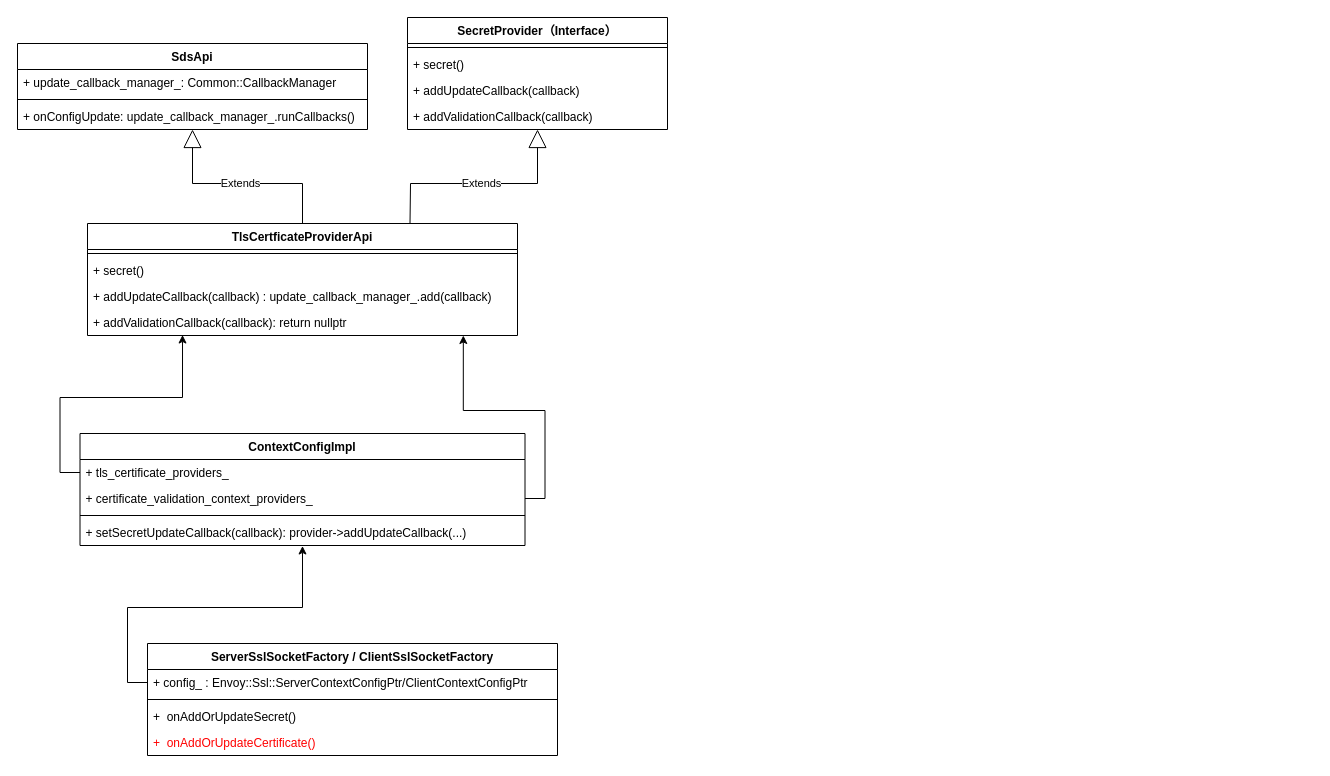
Before: async_sds.drawio in LuyaoZhong/Figures, a draw.io diagram. Source tidied: cells renumbered, new cells numbered last; positions are measured from the earlier drawing's top-left corner, leaving out a move shared by most shapes. Both pictures are drawn from the tidied source at 100%, with x=0, y=0 at pixel (17, 17).
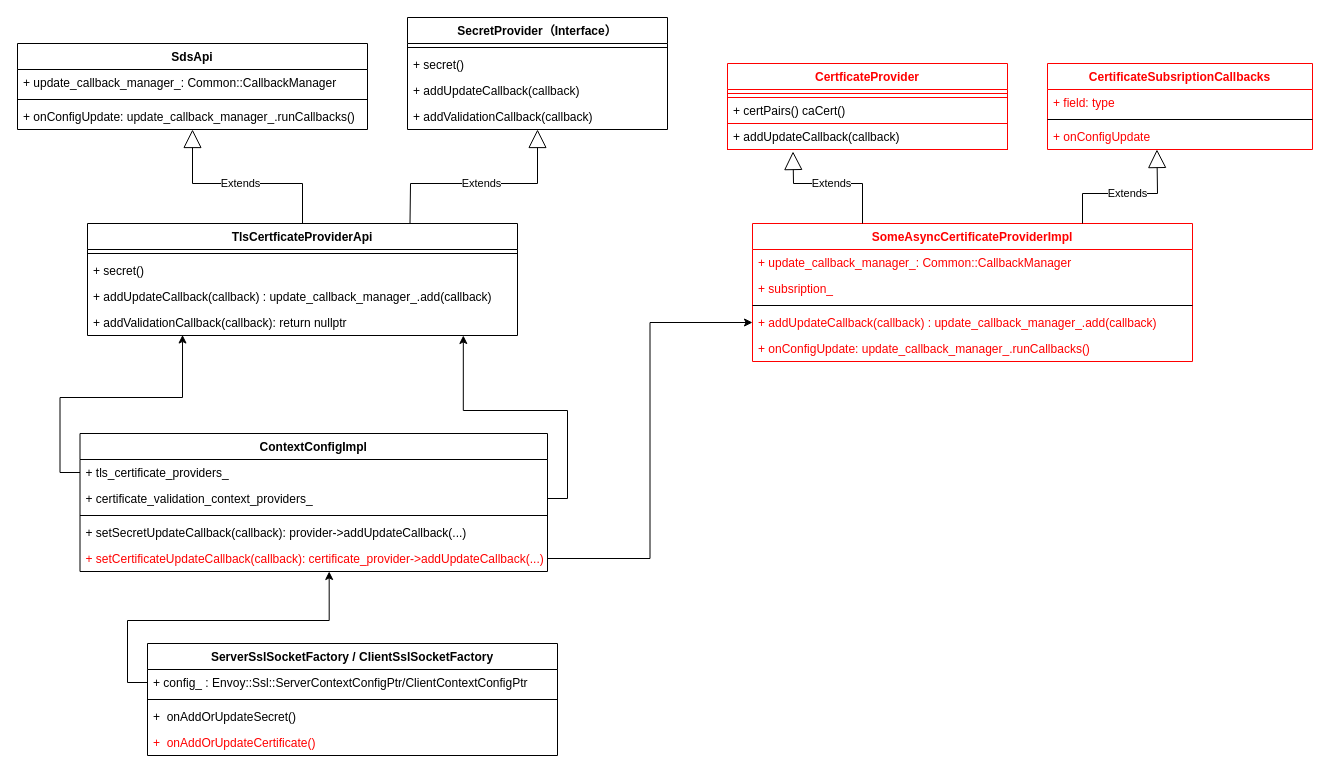
The same page after the edit.

Unchanged cells that the change refers to:
```xml
<mxCell id="24" value="+ config_ : Envoy::Ssl::ServerContextConfigPtr/ClientContextConfigPtr&#10;" style="text;strokeColor=none;fillColor=none;align=left;verticalAlign=top;spacingLeft=4;spacingRight=4;overflow=hidden;points=[[0,0.5],[1,0.5]];portConstraint=eastwest;" parent="23" vertex="1">
  <mxGeometry y="26" width="410" height="26" as="geometry" />
</mxCell>
```

What changed in the source:
```diff
@@
     <mxCell id="18" value="ContextConfigImpl" style="swimlane;fontStyle=1;align=center;verticalAlign=top;horizontal=1;startSize=26;" parent="1" vertex="1">
-      <mxGeometry x="62.5" y="416" width="445" height="112" as="geometry" />
+      <mxGeometry x="62.5" y="416" width="467.5" height="138" as="geometry" />
     </mxCell>
     <mxCell id="19" value="+ tls_certificate_providers_" style="text;strokeColor=none;fillColor=none;align=left;verticalAlign=top;spacingLeft=4;spacingRight=4;overflow=hidden;points=[[0,0.5],[1,0.5]];portConstraint=eastwest;" parent="18" vertex="1">
-      <mxGeometry y="26" width="445" height="26" as="geometry" />
+      <mxGeometry y="26" width="467.5" height="26" as="geometry" />
     </mxCell>
     <mxCell id="20" value="+ certificate_validation_context_providers_" style="text;strokeColor=none;fillColor=none;align=left;verticalAlign=top;spacingLeft=4;spacingRight=4;overflow=hidden;points=[[0,0.5],[1,0.5]];portConstraint=eastwest;" parent="18" vertex="1">
-      <mxGeometry y="52" width="445" height="26" as="geometry" />
+      <mxGeometry y="52" width="467.5" height="26" as="geometry" />
     </mxCell>
     <mxCell id="21" style="line;strokeWidth=1;fillColor=none;align=left;verticalAlign=middle;spacingTop=-1;spacingLeft=3;spacingRight=3;labelPosition=right;" parent="18" vertex="1">
-      <mxGeometry y="78" width="445" height="8" as="geometry" />
+      <mxGeometry y="78" width="467.5" height="8" as="geometry" />
     </mxCell>
     <mxCell id="22" value="+ setSecretUpdateCallback(callback): provider-&gt;addUpdateCallback(...)" style="text;strokeColor=none;fillColor=none;align=left;verticalAlign=top;spacingLeft=4;spacingRight=4;overflow=hidden;points=[[0,0.5],[1,0.5]];portConstraint=eastwest;" parent="18" vertex="1">
-      <mxGeometry y="86" width="445" height="26" as="geometry" />
+      <mxGeometry y="86" width="467.5" height="26" as="geometry" />
     </mxCell>
+    <mxCell id="31" value="+ setCertificateUpdateCallback(callback): certificate_provider-&gt;addUpdateCallback(...)" style="text;strokeColor=none;fillColor=none;align=left;verticalAlign=top;spacingLeft=4;spacingRight=4;overflow=hidden;points=[[0,0.5],[1,0.5]];portConstraint=eastwest;fontColor=#FF0000;" parent="18" vertex="1">
+      <mxGeometry y="112" width="467.5" height="26" as="geometry" />
+    </mxCell>
@@
-    <mxCell id="28" style="edgeStyle=orthogonalEdgeStyle;rounded=0;jettySize=auto;html=1;exitX=0;exitY=0.5;exitDx=0;exitDy=0;entryX=0.5;entryY=1.019;entryDx=0;entryDy=0;entryPerimeter=0;" parent="1" edge="1" source="24" target="22">
+    <mxCell id="28" style="edgeStyle=orthogonalEdgeStyle;rounded=0;jettySize=auto;html=1;exitX=0;exitY=0.5;exitDx=0;exitDy=0;entryX=0.533;entryY=1;entryDx=0;entryDy=0;entryPerimeter=0;" parent="1" edge="1" source="24" target="31">
       <mxGeometry relative="1" as="geometry" />
     </mxCell>
@@
+    <mxCell id="32" value="CertficateProvider" style="swimlane;fontStyle=1;align=center;verticalAlign=top;horizontal=1;startSize=26;fontColor=#FF0000;strokeColor=#FF0000;" parent="1" vertex="1">
+      <mxGeometry x="710" y="46" width="280" height="86" as="geometry" />
+    </mxCell>
+    <mxCell id="33" style="line;strokeWidth=1;fillColor=none;align=left;verticalAlign=middle;spacingTop=-1;spacingLeft=3;spacingRight=3;labelPosition=right;strokeColor=#FF0000;" parent="32" vertex="1">
+      <mxGeometry y="26" width="280" height="8" as="geometry" />
+    </mxCell>
+    <mxCell id="34" value="+ certPairs() caCert()" style="text;strokeColor=#FF0000;fillColor=none;align=left;verticalAlign=top;spacingLeft=4;spacingRight=4;overflow=hidden;" parent="32" vertex="1">
+      <mxGeometry y="34" width="280" height="26" as="geometry" />
+    </mxCell>
+    <mxCell id="35" value="+ addUpdateCallback(callback)" style="text;strokeColor=#FF0000;fillColor=none;align=left;verticalAlign=top;spacingLeft=4;spacingRight=4;overflow=hidden;points=[[0,0.5],[1,0.5]];portConstraint=eastwest;" parent="32" vertex="1">
+      <mxGeometry y="60" width="280" height="26" as="geometry" />
+    </mxCell>
+    <mxCell id="36" value="SomeAsyncCertificateProviderImpl" style="swimlane;fontStyle=1;align=center;verticalAlign=top;horizontal=1;startSize=26;fontColor=#FF0000;strokeColor=#FF0000;" parent="1" vertex="1">
+      <mxGeometry x="735" y="206" width="440" height="138" as="geometry" />
+    </mxCell>
+    <mxCell id="37" value="+ update_callback_manager_: Common::CallbackManager&#10;" style="text;strokeColor=none;fillColor=none;align=left;verticalAlign=top;spacingLeft=4;spacingRight=4;overflow=hidden;fontColor=#FF0000;" parent="36" vertex="1">
+      <mxGeometry y="26" width="440" height="26" as="geometry" />
+    </mxCell>
+    <mxCell id="38" value="+ subsription_" style="text;strokeColor=none;fillColor=none;align=left;verticalAlign=top;spacingLeft=4;spacingRight=4;overflow=hidden;fontColor=#FF0000;" parent="36" vertex="1">
+      <mxGeometry y="52" width="440" height="26" as="geometry" />
+    </mxCell>
+    <mxCell id="39" style="line;strokeWidth=1;fillColor=none;align=left;verticalAlign=middle;spacingTop=-1;spacingLeft=3;spacingRight=3;labelPosition=right;fontColor=#FF0000;" parent="36" vertex="1">
+      <mxGeometry y="78" width="440" height="8" as="geometry" />
+    </mxCell>
+    <mxCell id="40" value="+ addUpdateCallback(callback) : update_callback_manager_.add(callback) &#10;" style="text;strokeColor=none;fillColor=none;align=left;verticalAlign=top;spacingLeft=4;spacingRight=4;overflow=hidden;points=[[0,0.5],[1,0.5]];portConstraint=eastwest;fontColor=#FF0000;" parent="36" vertex="1">
+      <mxGeometry y="86" width="440" height="26" as="geometry" />
+    </mxCell>
+    <mxCell id="41" value="+ onConfigUpdate: update_callback_manager_.runCallbacks()" style="text;strokeColor=none;fillColor=none;align=left;verticalAlign=top;spacingLeft=4;spacingRight=4;overflow=hidden;fontColor=#FF0000;" parent="36" vertex="1">
+      <mxGeometry y="112" width="440" height="26" as="geometry" />
+    </mxCell>
+    <mxCell id="42" value="CertificateSubsriptionCallbacks" style="swimlane;fontStyle=1;align=center;verticalAlign=top;horizontal=1;startSize=26;fontColor=#FF0000;strokeColor=#FF0000;" parent="1" vertex="1">
+      <mxGeometry x="1030" y="46" width="265" height="86" as="geometry" />
+    </mxCell>
+    <mxCell id="43" value="+ field: type" style="text;strokeColor=none;fillColor=none;align=left;verticalAlign=top;spacingLeft=4;spacingRight=4;overflow=hidden;fontColor=#FF0000;" parent="42" vertex="1">
+      <mxGeometry y="26" width="265" height="26" as="geometry" />
+    </mxCell>
+    <mxCell id="44" style="line;strokeWidth=1;fillColor=none;align=left;verticalAlign=middle;spacingTop=-1;spacingLeft=3;spacingRight=3;labelPosition=right;fontColor=#FF0000;" parent="42" vertex="1">
+      <mxGeometry y="52" width="265" height="8" as="geometry" />
+    </mxCell>
+    <mxCell id="45" value="+ onConfigUpdate" style="text;strokeColor=none;fillColor=none;align=left;verticalAlign=top;spacingLeft=4;spacingRight=4;overflow=hidden;points=[[0,0.5],[1,0.5]];portConstraint=eastwest;fontColor=#FF0000;" parent="42" vertex="1">
+      <mxGeometry y="60" width="265" height="26" as="geometry" />
+    </mxCell>
+    <mxCell id="46" style="edgeStyle=orthogonalEdgeStyle;rounded=0;jettySize=auto;html=1;exitX=1;exitY=0.5;exitDx=0;exitDy=0;fontColor=#FF0000;" parent="1" edge="1" source="31" target="40">
+      <mxGeometry relative="1" as="geometry" />
+    </mxCell>
+    <mxCell id="47" value="Extends" style="endArrow=block;endSize=16;endFill=0;html=1;rounded=0;exitX=0.25;exitY=0;exitDx=0;exitDy=0;entryX=0.234;entryY=1.077;entryDx=0;entryDy=0;entryPerimeter=0;" parent="1" edge="1" source="36" target="35">
+      <mxGeometry relative="1" as="geometry">
+        <Array as="points">
+          <mxPoint x="845" y="166" />
+          <mxPoint x="776" y="166" />
+        </Array>
+      </mxGeometry>
+    </mxCell>
+    <mxCell id="48" value="Extends" style="endArrow=block;endSize=16;endFill=0;html=1;rounded=0;exitX=0.75;exitY=0;exitDx=0;exitDy=0;entryX=0.413;entryY=1;entryDx=0;entryDy=0;entryPerimeter=0;" parent="1" edge="1" source="36" target="45">
+      <mxGeometry relative="1" as="geometry">
+        <Array as="points">
+          <mxPoint x="1065" y="176" />
+          <mxPoint x="1140" y="176" />
+        </Array>
+      </mxGeometry>
+    </mxCell>
```
